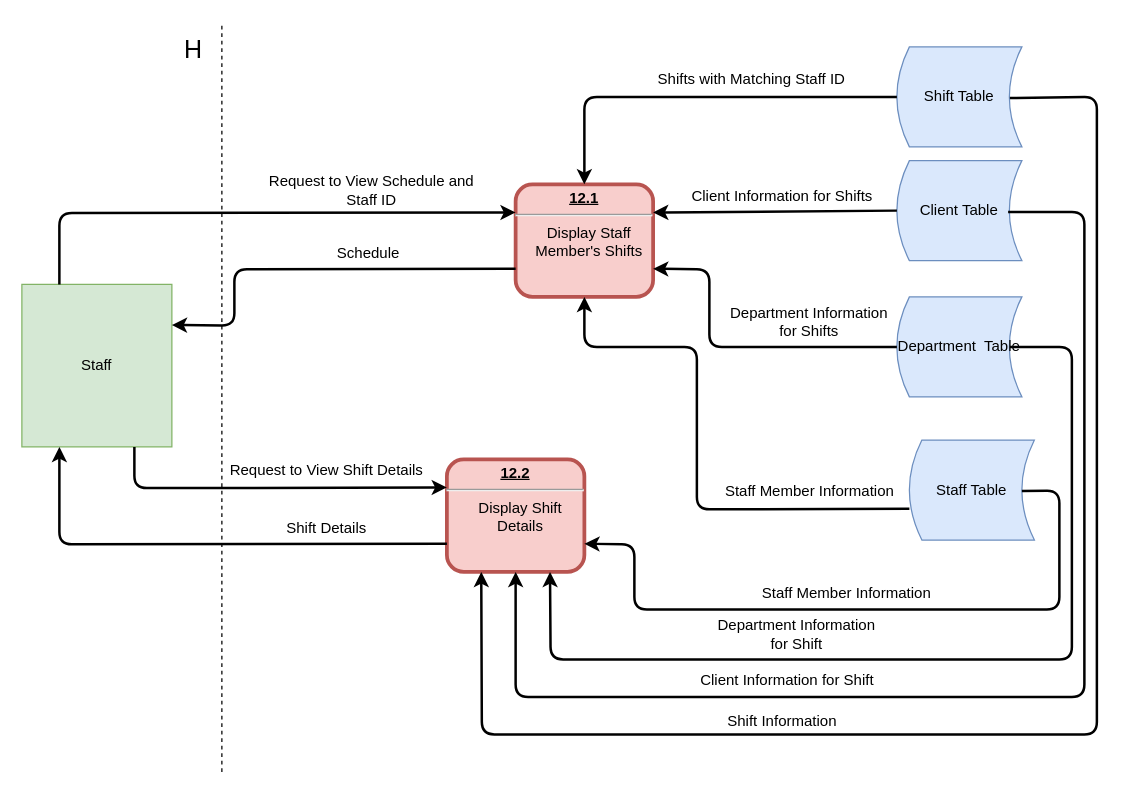
Above: page "12: View Shifts" (13 of 14) of Diagrams/DFD/Level 1 DFDs.drawio in Harlento/SchedulingSystem (draw.io), before the change. Source tidied: cells renumbered, new cells numbered last; positions are measured from the earlier drawing's top-left corner, leaving out a move shared by most shapes. Both pictures are drawn from the tidied source at 125%, with x=0, y=0 at pixel (21, 21).
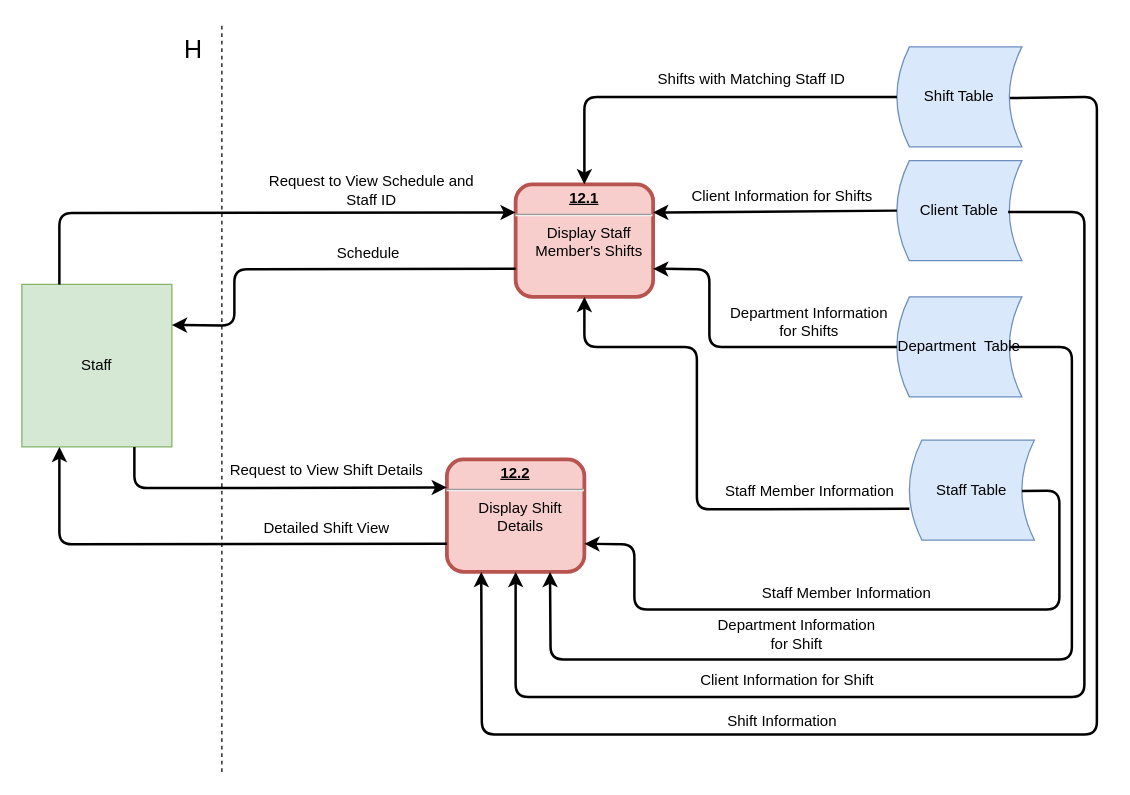
The same page after the edit.

Change to the diagram source:
```diff
@@
-    <mxCell id="34" value="Shift Details" style="text;html=1;strokeColor=none;fillColor=none;align=center;verticalAlign=middle;whiteSpace=wrap;rounded=0;" parent="1" vertex="1">
+    <mxCell id="34" value="Detailed Shift View" style="text;html=1;strokeColor=none;fillColor=none;align=center;verticalAlign=middle;whiteSpace=wrap;rounded=0;" parent="1" vertex="1">
       <mxGeometry x="144" y="390" width="200" height="30" as="geometry" />
     </mxCell>
```
